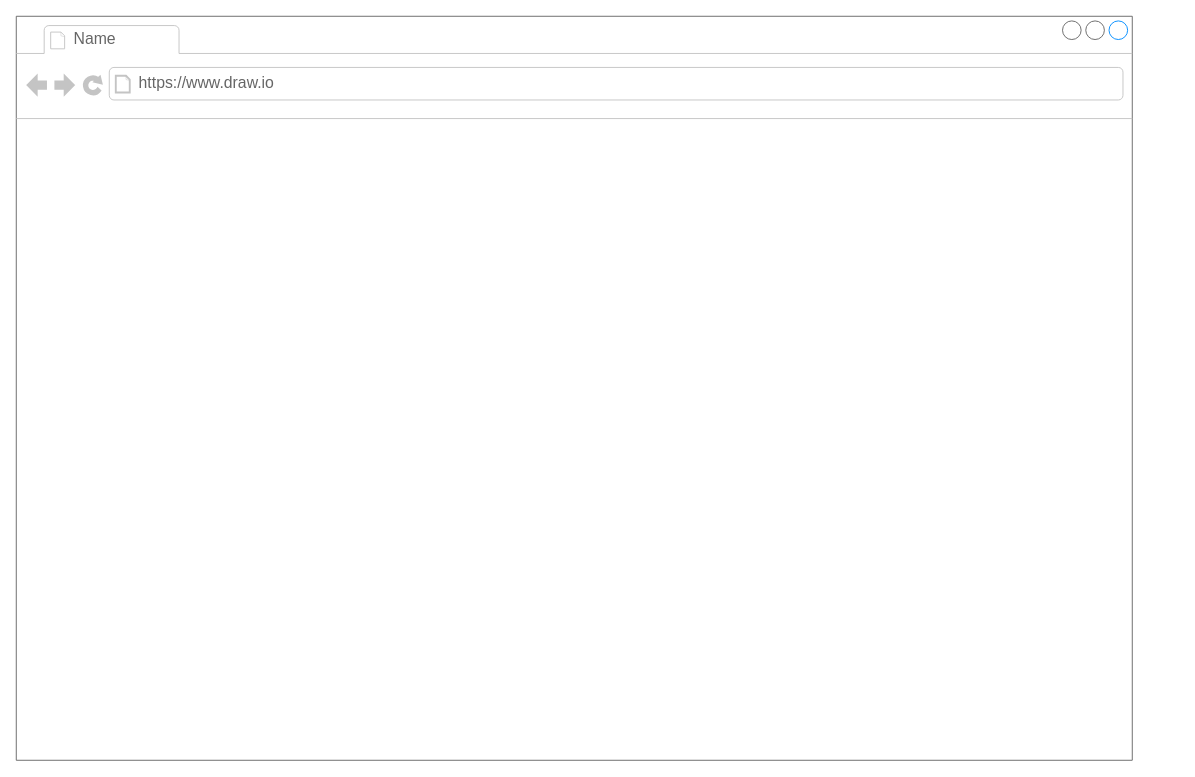
The draw.io diagram page "CreateDonor" (6 of 7) of docs/donor-tracker-mock.drawio in CaseyPitman/Donor-Management-Portal, before the edit. Source tidied: cells renumbered, new cells numbered last; positions are measured from the earlier drawing's top-left corner, leaving out a move shared by most shapes. Both pictures are drawn from the tidied source at 93%, with x=0, y=0 at pixel (16, 16). Pictures stored in the file or linked from it are replaced by grey dashed boxes.
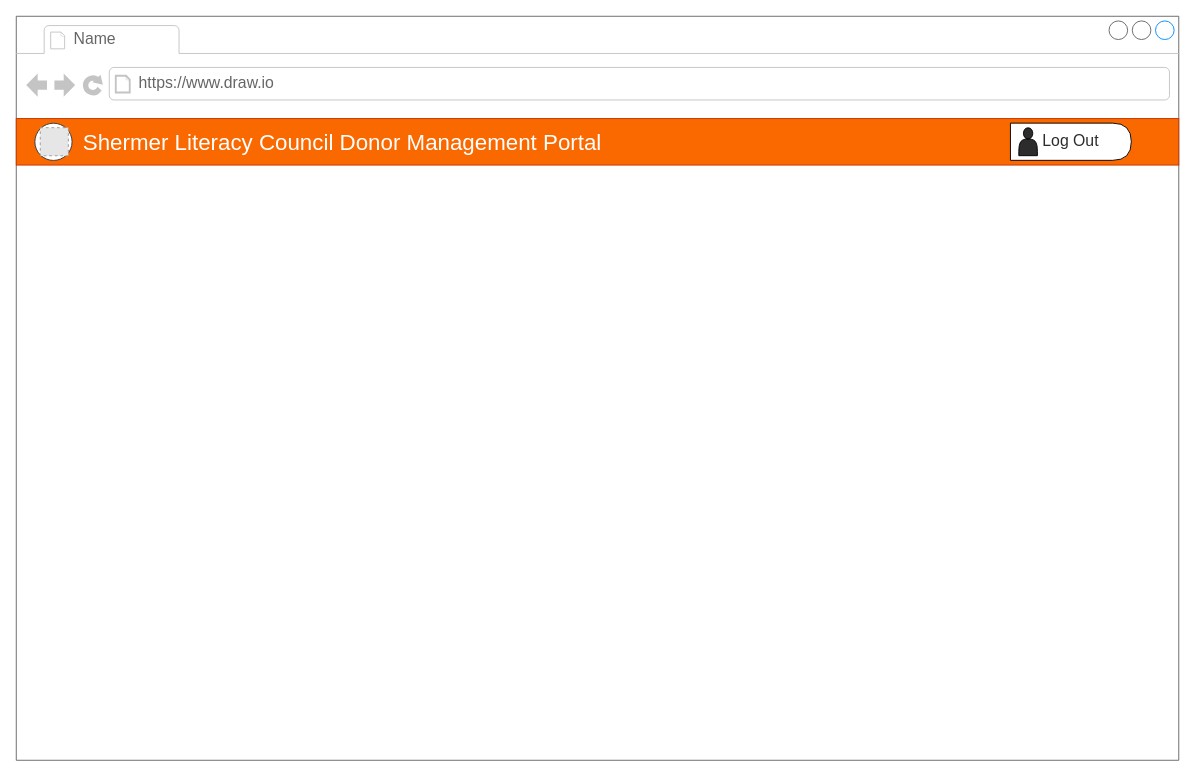
The same page after the edit.

What changed in the source:
```diff
@@
 <mxGraphModel>
   <root>
     <mxCell id="0" />
     <mxCell id="1" parent="0" />
     <mxCell id="2" style="strokeWidth=1;shadow=0;dashed=0;align=center;html=1;shape=mxgraph.mockup.containers.browserWindow;rSize=0;strokeColor=#666666;strokeColor2=#008cff;strokeColor3=#c4c4c4;mainText=,;" parent="1" vertex="1">
-      <mxGeometry width="1200" height="800" as="geometry" />
+      <mxGeometry width="1250" height="800" as="geometry" />
     </mxCell>
     <mxCell id="3" value="Name" style="strokeWidth=1;shadow=0;dashed=0;align=center;html=1;shape=mxgraph.mockup.containers.anchor;fontSize=17;fontColor=#666666;align=left;" parent="2" vertex="1">
       <mxGeometry x="60" y="12" width="110" height="26" as="geometry" />
     </mxCell>
     <mxCell id="4" value="https://www.draw.io" style="strokeWidth=1;shadow=0;dashed=0;align=center;html=1;shape=mxgraph.mockup.containers.anchor;rSize=0;fontSize=17;fontColor=#666666;align=left;" parent="2" vertex="1">
       <mxGeometry x="130" y="60" width="250" height="26" as="geometry" />
     </mxCell>
+    <mxCell id="5" style="rounded=0;whiteSpace=wrap;html=1;fontSize=17;gradientDirection=north;strokeColor=#C73500;fontColor=#ffffff;fillColor=#fa6800;" parent="2" vertex="1">
+      <mxGeometry y="110" width="1250" height="50" as="geometry" />
+    </mxCell>
+    <mxCell id="6" value="&lt;h2&gt;&lt;font size=&quot;1&quot; color=&quot;#ffffff&quot;&gt;&lt;span style=&quot;font-size: 24px ; font-weight: normal&quot;&gt;Shermer Literacy Council Donor Management Portal&lt;/span&gt;&lt;/font&gt;&lt;/h2&gt;" style="text;html=1;strokeColor=none;fillColor=none;align=left;verticalAlign=middle;whiteSpace=wrap;rounded=0;fontSize=17;" parent="2" vertex="1">
+      <mxGeometry x="70" y="125" width="730" height="20" as="geometry" />
+    </mxCell>
+    <mxCell id="7" style="ellipse;whiteSpace=wrap;html=1;labelBackgroundColor=#ffffff;fontSize=17;align=left;strokeColor=#36393d;" parent="2" vertex="1">
+      <mxGeometry x="20" y="115" width="40" height="40" as="geometry" />
+    </mxCell>
+    <mxCell id="8" style="fillColor=#E6E6E6;strokeColor=#999999;dashed=1;html=1;verticalAlign=top;verticalLabelPosition=bottom;labelBackgroundColor=#ffffff;fontSize=17;fontColor=#FFFFFF;align=left;" parent="2" vertex="1">
+      <mxGeometry x="25.8" y="119.8" width="30.2" height="30.2" as="geometry" />
+    </mxCell>
+    <mxCell id="9" value="Log Out" style="shape=delay;whiteSpace=wrap;html=1;labelBackgroundColor=#ffffff;strokeColor=#000000;fillColor=#ffffff;gradientColor=none;fontSize=17;align=center;fontColor=#2C2C2C;" parent="2" vertex="1">
+      <mxGeometry x="1069" y="114.9" width="130" height="40" as="geometry" />
+    </mxCell>
+    <mxCell id="10" style="shape=actor;whiteSpace=wrap;html=1;labelBackgroundColor=#ffffff;strokeColor=#000000;gradientColor=none;fontSize=17;fontColor=#FFFFFF;align=left;fillColor=#2C2C2C;" parent="2" vertex="1">
+      <mxGeometry x="1078" y="119.9" width="20" height="30" as="geometry" />
+    </mxCell>
   </root>
 </mxGraphModel>
```
